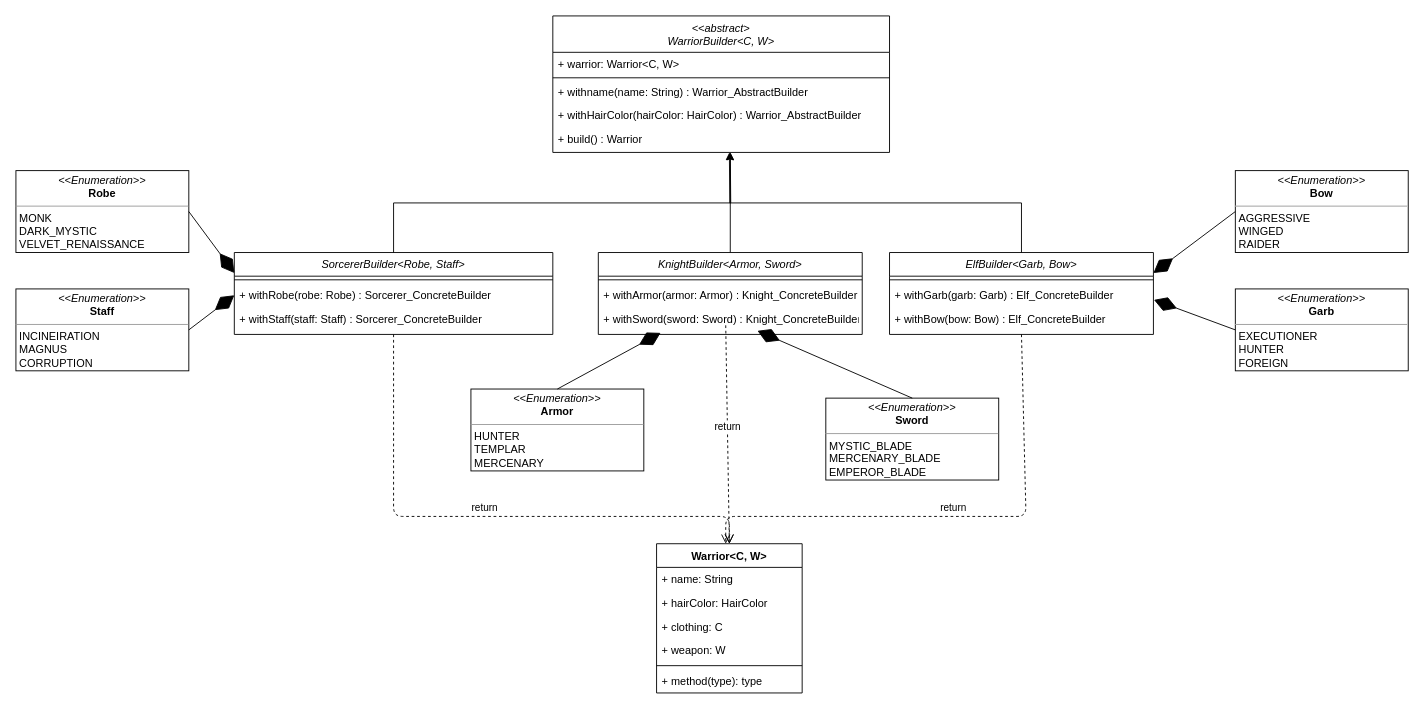
Above: Builder/WARRIOR_BUILDER.drawio in Rick-Addiction/Design-Patterns-Studies (draw.io), before the change. Source tidied: cells renumbered, new cells numbered last; positions are measured from the earlier drawing's top-left corner, leaving out a move shared by most shapes. Both pictures are drawn from the tidied source at 91%, with x=0, y=0 at pixel (15, 15).
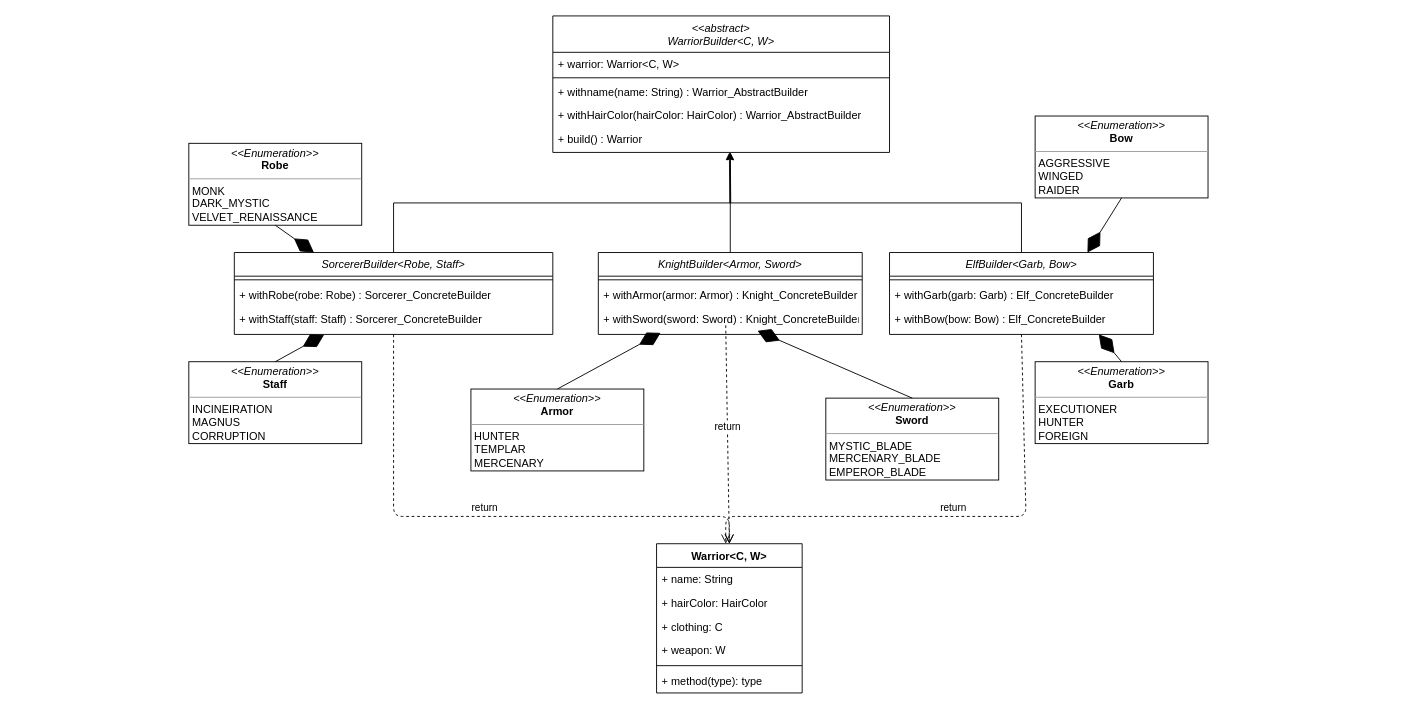
The same page after the edit.

Unchanged cells that the change refers to:
```xml
<mxCell id="8" value="SorcererBuilder&lt;Robe, Staff&gt;" style="swimlane;fontStyle=2;align=center;verticalAlign=top;horizontal=1;startSize=26;rounded=0;shadow=0;strokeWidth=1;" parent="1" vertex="1">
  <mxGeometry x="240" y="260" width="350" height="90" as="geometry" />
</mxCell>
<mxCell id="10" value="+ withRobe(robe: Robe) : Sorcerer_ConcreteBuilder" style="text;align=left;verticalAlign=top;spacingLeft=4;spacingRight=4;overflow=hidden;points=[[0,0.5],[1,0.5]];portConstraint=eastwest;" parent="8" vertex="1">
  <mxGeometry y="34" width="350" height="26" as="geometry" />
</mxCell>
<mxCell id="11" value="+ withStaff(staff: Staff) : Sorcerer_ConcreteBuilder" style="text;align=left;verticalAlign=top;spacingLeft=4;spacingRight=4;overflow=hidden;points=[[0,0.5],[1,0.5]];portConstraint=eastwest;" parent="8" vertex="1">
  <mxGeometry y="60" width="350" height="26" as="geometry" />
</mxCell>
<mxCell id="17" value="ElfBuilder&lt;Garb, Bow&gt;" style="swimlane;fontStyle=2;align=center;verticalAlign=top;horizontal=1;startSize=26;rounded=0;shadow=0;strokeWidth=1;" parent="1" vertex="1">
  <mxGeometry x="960" y="260" width="290" height="90" as="geometry" />
</mxCell>
<mxCell id="20" value="+ withBow(bow: Bow) : Elf_ConcreteBuilder" style="text;align=left;verticalAlign=top;spacingLeft=4;spacingRight=4;overflow=hidden;points=[[0,0.5],[1,0.5]];portConstraint=eastwest;" parent="17" vertex="1">
  <mxGeometry y="60" width="290" height="26" as="geometry" />
</mxCell>
```

Change to the diagram source:
```diff
@@
     <mxCell id="28" value="&lt;p style=&quot;margin: 0px ; margin-top: 4px ; text-align: center&quot;&gt;&lt;i&gt;&amp;lt;&amp;lt;Enumeration&amp;gt;&amp;gt;&lt;/i&gt;&lt;br&gt;&lt;b&gt;Robe&lt;/b&gt;&lt;/p&gt;&lt;hr size=&quot;1&quot;&gt;&lt;p style=&quot;margin: 0px ; margin-left: 4px&quot;&gt;MONK&lt;br&gt;DARK_MYSTIC&lt;/p&gt;&lt;p style=&quot;margin: 0px ; margin-left: 4px&quot;&gt;VELVET_RENAISSANCE&lt;br&gt;&lt;br&gt;&lt;/p&gt;&lt;p style=&quot;margin: 0px ; margin-left: 4px&quot;&gt;&lt;br&gt;&lt;/p&gt;" style="verticalAlign=top;align=left;overflow=fill;fontSize=12;fontFamily=Helvetica;html=1;" parent="1" vertex="1">
-      <mxGeometry y="170" width="190" height="90" as="geometry" />
+      <mxGeometry x="190" y="140" width="190" height="90" as="geometry" />
     </mxCell>
     <mxCell id="29" value="&lt;p style=&quot;margin: 0px ; margin-top: 4px ; text-align: center&quot;&gt;&lt;i&gt;&amp;lt;&amp;lt;Enumeration&amp;gt;&amp;gt;&lt;/i&gt;&lt;br&gt;&lt;b&gt;Staff&lt;/b&gt;&lt;/p&gt;&lt;hr size=&quot;1&quot;&gt;&lt;p style=&quot;margin: 0px ; margin-left: 4px&quot;&gt;INCINEIRATION&lt;br&gt;MAGNUS&lt;/p&gt;&lt;p style=&quot;margin: 0px ; margin-left: 4px&quot;&gt;CORRUPTION&lt;br&gt;&lt;br&gt;&lt;/p&gt;&lt;p style=&quot;margin: 0px ; margin-left: 4px&quot;&gt;&lt;br&gt;&lt;/p&gt;" style="verticalAlign=top;align=left;overflow=fill;fontSize=12;fontFamily=Helvetica;html=1;" parent="1" vertex="1">
-      <mxGeometry y="300" width="190" height="90" as="geometry" />
+      <mxGeometry x="190" y="380" width="190" height="90" as="geometry" />
     </mxCell>
@@
     <mxCell id="32" value="&lt;p style=&quot;margin: 0px ; margin-top: 4px ; text-align: center&quot;&gt;&lt;i&gt;&amp;lt;&amp;lt;Enumeration&amp;gt;&amp;gt;&lt;/i&gt;&lt;br&gt;&lt;b&gt;Garb&lt;/b&gt;&lt;/p&gt;&lt;hr size=&quot;1&quot;&gt;&lt;p style=&quot;margin: 0px ; margin-left: 4px&quot;&gt;EXECUTIONER&lt;br&gt;HUNTER&lt;/p&gt;&lt;p style=&quot;margin: 0px ; margin-left: 4px&quot;&gt;FOREIGN&lt;br&gt;&lt;br&gt;&lt;/p&gt;&lt;p style=&quot;margin: 0px ; margin-left: 4px&quot;&gt;&lt;br&gt;&lt;/p&gt;" style="verticalAlign=top;align=left;overflow=fill;fontSize=12;fontFamily=Helvetica;html=1;" parent="1" vertex="1">
-      <mxGeometry x="1340" y="300" width="190" height="90" as="geometry" />
+      <mxGeometry x="1120" y="380" width="190" height="90" as="geometry" />
     </mxCell>
     <mxCell id="33" value="&lt;p style=&quot;margin: 0px ; margin-top: 4px ; text-align: center&quot;&gt;&lt;i&gt;&amp;lt;&amp;lt;Enumeration&amp;gt;&amp;gt;&lt;/i&gt;&lt;br&gt;&lt;b&gt;Bow&lt;/b&gt;&lt;/p&gt;&lt;hr size=&quot;1&quot;&gt;&lt;p style=&quot;margin: 0px ; margin-left: 4px&quot;&gt;AGGRESSIVE&lt;br&gt;WINGED&lt;/p&gt;&lt;p style=&quot;margin: 0px ; margin-left: 4px&quot;&gt;RAIDER&lt;br&gt;&lt;br&gt;&lt;/p&gt;&lt;p style=&quot;margin: 0px ; margin-left: 4px&quot;&gt;&lt;br&gt;&lt;/p&gt;" style="verticalAlign=top;align=left;overflow=fill;fontSize=12;fontFamily=Helvetica;html=1;" parent="1" vertex="1">
-      <mxGeometry x="1340" y="170" width="190" height="90" as="geometry" />
+      <mxGeometry x="1120" y="110" width="190" height="90" as="geometry" />
     </mxCell>
@@
-    <mxCell id="38" style="endArrow=diamondThin;endFill=1;endSize=24;html=1;entryX=0;entryY=0.5;entryDx=0;entryDy=0;exitX=1;exitY=0.5;exitDx=0;exitDy=0;" parent="1" edge="1" source="29" target="10">
+    <mxCell id="38" style="endArrow=diamondThin;endFill=1;endSize=24;html=1;entryX=0.282;entryY=1.17;entryDx=0;entryDy=0;exitX=0.5;exitY=0;exitDx=0;exitDy=0;entryPerimeter=0;" parent="1" edge="1" source="29" target="11">
       <mxGeometry relative="1" as="geometry" />
     </mxCell>
-    <mxCell id="39" style="endArrow=diamondThin;endFill=1;endSize=24;html=1;entryX=0;entryY=0.25;entryDx=0;entryDy=0;exitX=1;exitY=0.5;exitDx=0;exitDy=0;" parent="1" edge="1" source="28" target="8">
+    <mxCell id="39" style="endArrow=diamondThin;endFill=1;endSize=24;html=1;entryX=0.25;entryY=0;entryDx=0;entryDy=0;exitX=0.5;exitY=1;exitDx=0;exitDy=0;" parent="1" edge="1" source="28" target="8">
       <mxGeometry relative="1" as="geometry" />
     </mxCell>
-    <mxCell id="40" style="endArrow=diamondThin;endFill=1;endSize=24;html=1;entryX=1.002;entryY=-0.308;entryDx=0;entryDy=0;entryPerimeter=0;exitX=0;exitY=0.5;exitDx=0;exitDy=0;" parent="1" edge="1" source="32" target="20">
-      <mxGeometry relative="1" as="geometry" />
+    <mxCell id="40" style="endArrow=diamondThin;endFill=1;endSize=24;html=1;exitX=0.5;exitY=0;exitDx=0;exitDy=0;" parent="1" edge="1" source="32">
+      <mxGeometry relative="1" as="geometry">
+        <mxPoint x="1190" y="350" as="targetPoint" />
+      </mxGeometry>
     </mxCell>
-    <mxCell id="41" style="endArrow=diamondThin;endFill=1;endSize=24;html=1;exitX=0;exitY=0.5;exitDx=0;exitDy=0;entryX=1;entryY=0.25;entryDx=0;entryDy=0;" parent="1" edge="1" source="33" target="17">
+    <mxCell id="41" style="endArrow=diamondThin;endFill=1;endSize=24;html=1;exitX=0.5;exitY=1;exitDx=0;exitDy=0;entryX=0.75;entryY=0;entryDx=0;entryDy=0;" parent="1" edge="1" source="33" target="17">
       <mxGeometry relative="1" as="geometry" />
     </mxCell>
```
